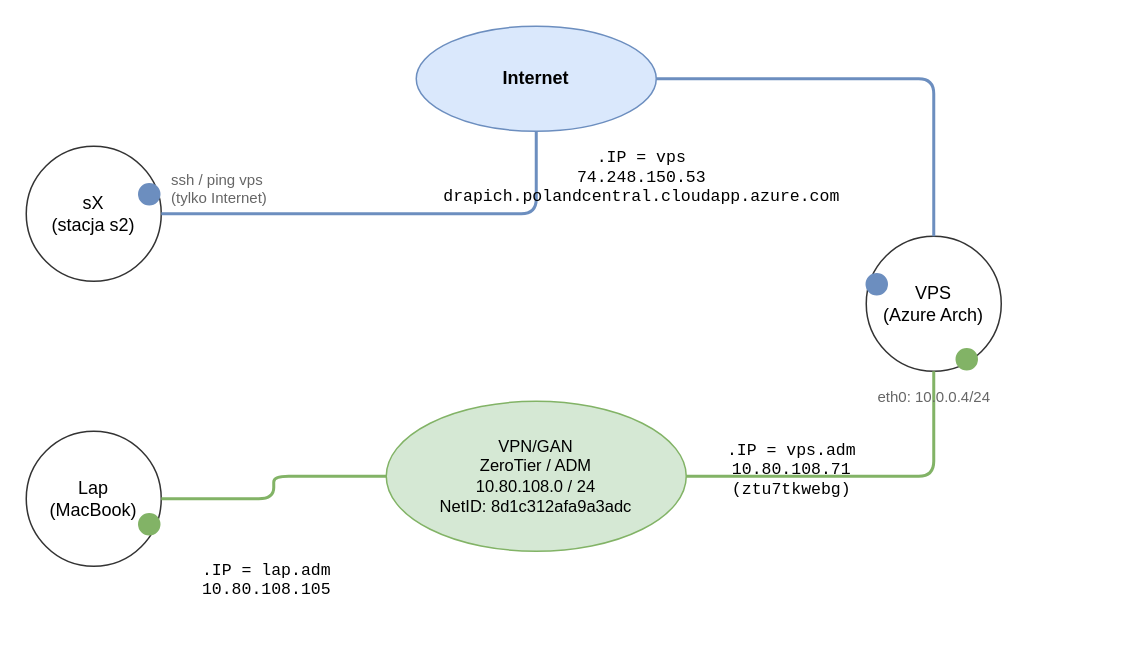
Earlier version of the draw.io diagram labsk/c5/ADM.drawio (mat787/mat787). Source tidied: cells renumbered, new cells numbered last; positions are measured from the earlier drawing's top-left corner, leaving out a move shared by most shapes. Both pictures are drawn from the tidied source at 150%, with x=0, y=0 at pixel (26, 26).
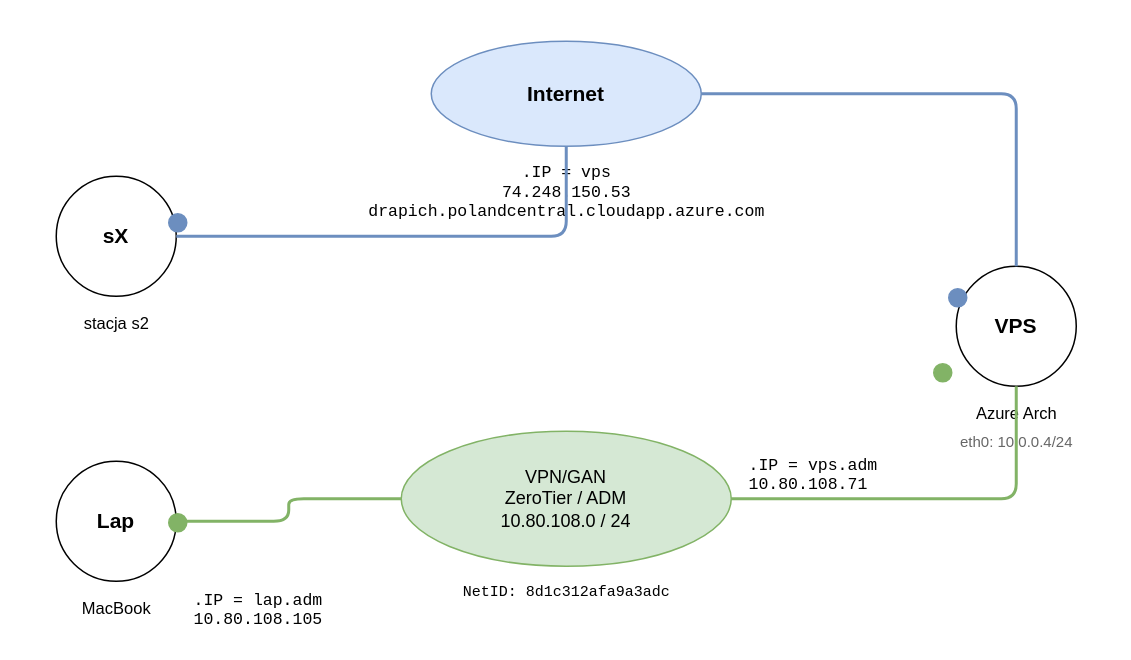
After the change.

Commit message (it also covers changes not shown here):
labsk/c5: poprawiony ADM.drawio bez artefaktow

Diff of the diagram source:
```diff
@@
-    <mxCell id="2" value="Internet" style="ellipse;whiteSpace=wrap;html=1;fillColor=#dae8fc;strokeColor=#6c8ebf;fontStyle=1;" parent="1" vertex="1">
-      <mxGeometry x="260" width="160" height="70" as="geometry" />
+    <mxCell id="2" value="Internet" style="ellipse;whiteSpace=wrap;html=1;fillColor=#dae8fc;strokeColor=#6c8ebf;fontStyle=1;fontSize=14;" parent="1" vertex="1">
+      <mxGeometry x="270" y="10" width="180" height="70" as="geometry" />
     </mxCell>
-    <mxCell id="3" value="VPN/GAN&#10;ZeroTier / ADM&#10;10.80.108.0 / 24&#10;NetID: 8d1c312afa9a3adc" style="ellipse;whiteSpace=wrap;html=1;fillColor=#d5e8d4;strokeColor=#82b366;fontStyle=0;fontSize=11;" parent="1" vertex="1">
-      <mxGeometry x="240" y="250" width="200" height="100" as="geometry" />
-    </mxCell>
-    <mxCell id="4" value="sX&#10;(stacja s2)" style="ellipse;whiteSpace=wrap;html=1;fillColor=#ffffff;strokeColor=#333333;" parent="1" vertex="1">
-      <mxGeometry y="80" width="90" height="90" as="geometry" />
-    </mxCell>
-    <mxCell id="5" value="Lap&#10;(MacBook)" style="ellipse;whiteSpace=wrap;html=1;fillColor=#ffffff;strokeColor=#333333;" parent="1" vertex="1">
-      <mxGeometry y="270" width="90" height="90" as="geometry" />
-    </mxCell>
-    <mxCell id="6" value="VPS&#10;(Azure Arch)" style="ellipse;whiteSpace=wrap;html=1;fillColor=#ffffff;strokeColor=#333333;" parent="1" vertex="1">
-      <mxGeometry x="560" y="140" width="90" height="90" as="geometry" />
-    </mxCell>
+    <mxCell id="20" value="VPN/GAN&#10;ZeroTier / ADM&#10;10.80.108.0 / 24" style="ellipse;whiteSpace=wrap;html=1;fillColor=#d5e8d4;strokeColor=#82b366;fontSize=12;" parent="1" vertex="1">
+      <mxGeometry x="250" y="270" width="220" height="90" as="geometry" />
+    </mxCell>
+    <mxCell id="21" value="sX" style="ellipse;whiteSpace=wrap;html=1;fillColor=#ffffff;strokeColor=#000000;fontStyle=1;fontSize=14;" parent="1" vertex="1">
+      <mxGeometry x="20" y="100" width="80" height="80" as="geometry" />
+    </mxCell>
+    <mxCell id="18" value="stacja s2" style="text;html=1;strokeColor=none;fillColor=none;align=center;fontSize=11;" parent="1" vertex="1">
+      <mxGeometry x="10" y="185" width="100" height="20" as="geometry" />
+    </mxCell>
+    <mxCell id="22" value="Lap" style="ellipse;whiteSpace=wrap;html=1;fillColor=#ffffff;strokeColor=#000000;fontStyle=1;fontSize=14;" parent="1" vertex="1">
+      <mxGeometry x="20" y="290" width="80" height="80" as="geometry" />
+    </mxCell>
+    <mxCell id="23" value="MacBook" style="text;html=1;strokeColor=none;fillColor=none;align=center;fontSize=11;" parent="1" vertex="1">
+      <mxGeometry x="10" y="375" width="100" height="20" as="geometry" />
+    </mxCell>
+    <mxCell id="17" value=".IP = lap.adm&#10;10.80.108.105" style="text;html=1;strokeColor=none;fillColor=none;align=left;fontFamily=Courier New;fontSize=11;" parent="1" vertex="1">
+      <mxGeometry x="110" y="370" width="130" height="35" as="geometry" />
+    </mxCell>
+    <mxCell id="24" value="VPS" style="ellipse;whiteSpace=wrap;html=1;fillColor=#ffffff;strokeColor=#000000;fontStyle=1;fontSize=14;" parent="1" vertex="1">
+      <mxGeometry x="620" y="160" width="80" height="80" as="geometry" />
+    </mxCell>
+    <mxCell id="15" value="Azure Arch" style="text;html=1;strokeColor=none;fillColor=none;align=center;fontSize=11;" parent="1" vertex="1">
+      <mxGeometry x="605" y="245" width="110" height="20" as="geometry" />
+    </mxCell>
+    <mxCell id="25" value=".IP = vps.adm&#10;10.80.108.71" style="text;html=1;strokeColor=none;fillColor=none;align=left;fontFamily=Courier New;fontSize=11;" parent="1" vertex="1">
+      <mxGeometry x="480" y="280" width="130" height="35" as="geometry" />
+    </mxCell>
+    <mxCell id="19" value="eth0: 10.0.0.4/24" style="text;html=1;strokeColor=none;fillColor=none;align=center;fontSize=10;fontColor=#666666;" parent="1" vertex="1">
+      <mxGeometry x="600" y="265" width="120" height="20" as="geometry" />
+    </mxCell>
+    <mxCell id="26" value=".IP = vps&#10;74.248.150.53&#10;drapich.polandcentral.cloudapp.azure.com" style="text;html=1;strokeColor=none;fillColor=none;align=center;fontFamily=Courier New;fontSize=11;" parent="1" vertex="1">
+      <mxGeometry x="230" y="85" width="260" height="50" as="geometry" />
+    </mxCell>
+    <mxCell id="27" value="NetID: 8d1c312afa9a3adc" style="text;html=1;strokeColor=none;fillColor=none;align=center;fontFamily=Courier New;fontSize=10;" parent="1" vertex="1">
+      <mxGeometry x="270" y="365" width="180" height="20" as="geometry" />
+    </mxCell>
+    <mxCell id="28" style="endArrow=none;html=1;strokeColor=#6c8ebf;strokeWidth=2;edgeStyle=orthogonalEdgeStyle;" parent="1" edge="1" source="21" target="2">
+      <mxGeometry relative="1" as="geometry" />
+    </mxCell>
+    <mxCell id="29" style="endArrow=none;html=1;strokeColor=#6c8ebf;strokeWidth=2;edgeStyle=orthogonalEdgeStyle;" parent="1" edge="1" source="2" target="24">
+      <mxGeometry relative="1" as="geometry" />
+    </mxCell>
+    <mxCell id="30" style="endArrow=none;html=1;strokeColor=#82b366;strokeWidth=2;edgeStyle=orthogonalEdgeStyle;" parent="1" edge="1" source="22" target="20">
+      <mxGeometry relative="1" as="geometry" />
+    </mxCell>
+    <mxCell id="31" style="endArrow=none;html=1;strokeColor=#82b366;strokeWidth=2;edgeStyle=orthogonalEdgeStyle;" parent="1" edge="1" source="20" target="24">
+      <mxGeometry relative="1" as="geometry" />
+    </mxCell>
     <mxCell id="7" style="ellipse;whiteSpace=wrap;html=1;fillColor=#6c8ebf;strokeColor=#6c8ebf;" parent="1" vertex="1">
-      <mxGeometry x="75" y="105" width="14" height="14" as="geometry" />
+      <mxGeometry x="95" y="125" width="12" height="12" as="geometry" />
     </mxCell>
     <mxCell id="8" style="ellipse;whiteSpace=wrap;html=1;fillColor=#6c8ebf;strokeColor=#6c8ebf;" parent="1" vertex="1">
-      <mxGeometry x="560" y="165" width="14" height="14" as="geometry" />
+      <mxGeometry x="615" y="175" width="12" height="12" as="geometry" />
     </mxCell>
     <mxCell id="9" style="ellipse;whiteSpace=wrap;html=1;fillColor=#82b366;strokeColor=#82b366;" parent="1" vertex="1">
-      <mxGeometry x="75" y="325" width="14" height="14" as="geometry" />
+      <mxGeometry x="95" y="325" width="12" height="12" as="geometry" />
     </mxCell>
     <mxCell id="10" style="ellipse;whiteSpace=wrap;html=1;fillColor=#82b366;strokeColor=#82b366;" parent="1" vertex="1">
-      <mxGeometry x="620" y="215" width="14" height="14" as="geometry" />
+      <mxGeometry x="605" y="225" width="12" height="12" as="geometry" />
     </mxCell>
-    <mxCell id="11" style="edgeStyle=orthogonalEdgeStyle;strokeColor=#6c8ebf;strokeWidth=2;endArrow=none;" parent="1" edge="1" source="4" target="2">
-      <mxGeometry relative="1" as="geometry" />
-    </mxCell>
-    <mxCell id="12" style="edgeStyle=orthogonalEdgeStyle;strokeColor=#6c8ebf;strokeWidth=2;endArrow=none;" parent="1" edge="1" source="2" target="6">
-      <mxGeometry relative="1" as="geometry" />
-    </mxCell>
-    <mxCell id="13" style="edgeStyle=orthogonalEdgeStyle;strokeColor=#82b366;strokeWidth=2;endArrow=none;" parent="1" edge="1" source="5" target="3">
-      <mxGeometry relative="1" as="geometry" />
-    </mxCell>
-    <mxCell id="14" style="edgeStyle=orthogonalEdgeStyle;strokeColor=#82b366;strokeWidth=2;endArrow=none;" parent="1" edge="1" source="3" target="6">
-      <mxGeometry relative="1" as="geometry" />
-    </mxCell>
-    <mxCell id="15" value=".IP = vps&#10;74.248.150.53&#10;drapich.polandcentral.cloudapp.azure.com" style="text;html=1;strokeColor=none;fillColor=none;align=center;fontFamily=Courier New;fontSize=11;" parent="1" vertex="1">
-      <mxGeometry x="270" y="75" width="280" height="50" as="geometry" />
-    </mxCell>
-    <mxCell id="16" value=".IP = vps.adm&#10;10.80.108.71&#10;(ztu7tkwebg)" style="text;html=1;strokeColor=none;fillColor=none;align=center;fontFamily=Courier New;fontSize=11;" parent="1" vertex="1">
-      <mxGeometry x="440" y="270" width="140" height="50" as="geometry" />
-    </mxCell>
-    <mxCell id="17" value=".IP = lap.adm&#10;10.80.108.105" style="text;html=1;strokeColor=none;fillColor=none;align=center;fontFamily=Courier New;fontSize=11;" parent="1" vertex="1">
-      <mxGeometry x="95" y="350" width="130" height="40" as="geometry" />
-    </mxCell>
-    <mxCell id="18" value="ssh / ping vps&#10;(tylko Internet)" style="text;html=1;strokeColor=none;fillColor=none;align=left;fontSize=10;fontColor=#666666;" parent="1" vertex="1">
-      <mxGeometry x="95" y="90" width="130" height="40" as="geometry" />
-    </mxCell>
-    <mxCell id="19" value="eth0: 10.0.0.4/24" style="text;html=1;strokeColor=none;fillColor=none;align=center;fontSize=10;fontColor=#666666;" parent="1" vertex="1">
-      <mxGeometry x="550" y="235" width="110" height="20" as="geometry" />
-    </mxCell>
```
